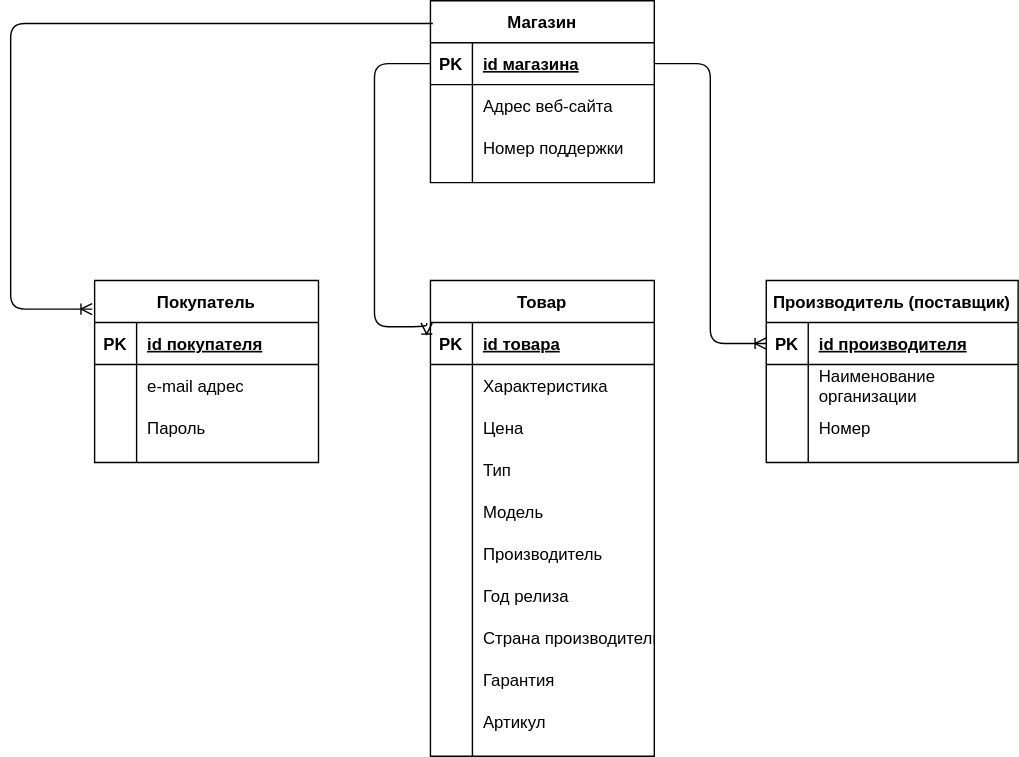
Before: LogicDiag.svg, a diagram exported from draw.io (paw-wow/DataBase). Source tidied: cells renumbered, new cells last; positions are measured from the earlier drawing's top-left corner, leaving out a move shared by most shapes. The source it was exported from:
```xml
<mxGraphModel>
  <root>
    <mxCell id="0" />
    <mxCell id="1" parent="0" />
    <mxCell id="2" value="Магазин" style="shape=table;startSize=30;rowLines=0;fontStyle=1;align=center;" parent="1" vertex="1">
      <mxGeometry x="300" width="160" height="130" as="geometry" />
    </mxCell>
    <mxCell id="3" style="shape=partialRectangle;fillColor=none;top=0;left=0;bottom=1;right=0;points=[[0,0.5],[1,0.5]];portConstraint=eastwest;" parent="2" vertex="1">
      <mxGeometry y="30" width="160" height="30" as="geometry" />
    </mxCell>
    <mxCell id="4" value="PK" style="shape=partialRectangle;fillColor=none;top=0;left=0;bottom=0;right=0;fontStyle=1;overflow=hidden;" parent="3" vertex="1">
      <mxGeometry width="30" height="30" as="geometry" />
    </mxCell>
    <mxCell id="5" value="id магазина" style="shape=partialRectangle;fillColor=none;top=0;left=0;bottom=0;right=0;align=left;spacingLeft=6;fontStyle=5;overflow=hidden;" parent="3" vertex="1">
      <mxGeometry x="30" width="130" height="30" as="geometry" />
    </mxCell>
    <mxCell id="6" style="shape=partialRectangle;fillColor=none;top=0;left=0;bottom=0;right=0;" parent="2" vertex="1">
      <mxGeometry y="60" width="160" height="30" as="geometry" />
    </mxCell>
    <mxCell id="7" style="shape=partialRectangle;fillColor=none;top=0;left=0;bottom=0;right=0;overflow=hidden;" parent="6" vertex="1">
      <mxGeometry width="30" height="30" as="geometry" />
    </mxCell>
    <mxCell id="8" value="Адрес веб-сайта" style="shape=partialRectangle;fillColor=none;top=0;left=0;bottom=0;right=0;align=left;spacingLeft=6;overflow=hidden;" parent="6" vertex="1">
      <mxGeometry x="30" width="130" height="30" as="geometry" />
    </mxCell>
    <mxCell id="9" style="shape=partialRectangle;fillColor=none;top=0;left=0;bottom=0;right=0;" parent="2" vertex="1">
      <mxGeometry y="90" width="160" height="30" as="geometry" />
    </mxCell>
    <mxCell id="10" style="shape=partialRectangle;fillColor=none;top=0;left=0;bottom=0;right=0;overflow=hidden;" parent="9" vertex="1">
      <mxGeometry width="30" height="30" as="geometry" />
    </mxCell>
    <mxCell id="11" value="Номер поддержки" style="shape=partialRectangle;fillColor=none;top=0;left=0;bottom=0;right=0;align=left;spacingLeft=6;overflow=hidden;" parent="9" vertex="1">
      <mxGeometry x="30" width="130" height="30" as="geometry" />
    </mxCell>
    <mxCell id="12" value="Покупатель" style="shape=table;startSize=30;rowLines=0;fontStyle=1;align=center;" parent="1" vertex="1">
      <mxGeometry x="60" y="200" width="160" height="130" as="geometry" />
    </mxCell>
    <mxCell id="13" style="shape=partialRectangle;fillColor=none;top=0;left=0;bottom=1;right=0;" parent="12" vertex="1">
      <mxGeometry y="30" width="160" height="30" as="geometry" />
    </mxCell>
    <mxCell id="14" value="PK" style="shape=partialRectangle;fillColor=none;top=0;left=0;bottom=0;right=0;fontStyle=1;overflow=hidden;" parent="13" vertex="1">
      <mxGeometry width="30" height="30" as="geometry" />
    </mxCell>
    <mxCell id="15" value="id покупателя" style="shape=partialRectangle;fillColor=none;top=0;left=0;bottom=0;right=0;align=left;spacingLeft=6;fontStyle=5;overflow=hidden;" parent="13" vertex="1">
      <mxGeometry x="30" width="130" height="30" as="geometry" />
    </mxCell>
    <mxCell id="16" style="shape=partialRectangle;fillColor=none;top=0;left=0;bottom=0;right=0;" parent="12" vertex="1">
      <mxGeometry y="60" width="160" height="30" as="geometry" />
    </mxCell>
    <mxCell id="17" style="shape=partialRectangle;fillColor=none;top=0;left=0;bottom=0;right=0;overflow=hidden;" parent="16" vertex="1">
      <mxGeometry width="30" height="30" as="geometry" />
    </mxCell>
    <mxCell id="18" value="e-mail адрес" style="shape=partialRectangle;fillColor=none;top=0;left=0;bottom=0;right=0;align=left;spacingLeft=6;overflow=hidden;" parent="16" vertex="1">
      <mxGeometry x="30" width="130" height="30" as="geometry" />
    </mxCell>
    <mxCell id="19" style="shape=partialRectangle;fillColor=none;top=0;left=0;bottom=0;right=0;" parent="12" vertex="1">
      <mxGeometry y="90" width="160" height="30" as="geometry" />
    </mxCell>
    <mxCell id="20" style="shape=partialRectangle;fillColor=none;top=0;left=0;bottom=0;right=0;overflow=hidden;" parent="19" vertex="1">
      <mxGeometry width="30" height="30" as="geometry" />
    </mxCell>
    <mxCell id="21" value="Пароль" style="shape=partialRectangle;fillColor=none;top=0;left=0;bottom=0;right=0;align=left;spacingLeft=6;overflow=hidden;" parent="19" vertex="1">
      <mxGeometry x="30" width="130" height="30" as="geometry" />
    </mxCell>
    <mxCell id="22" value="Производитель (поставщик)" style="shape=table;startSize=30;rowLines=0;fontStyle=1;align=center;" parent="1" vertex="1">
      <mxGeometry x="540" y="200" width="180" height="130" as="geometry" />
    </mxCell>
    <mxCell id="23" style="shape=partialRectangle;fillColor=none;top=0;left=0;bottom=1;right=0;points=[[0,0.5],[1,0.5]];portConstraint=eastwest;" parent="22" vertex="1">
      <mxGeometry y="30" width="180" height="30" as="geometry" />
    </mxCell>
    <mxCell id="24" value="PK" style="shape=partialRectangle;fillColor=none;top=0;left=0;bottom=0;right=0;fontStyle=1;overflow=hidden;" parent="23" vertex="1">
      <mxGeometry width="30" height="30" as="geometry" />
    </mxCell>
    <mxCell id="25" value="id производителя" style="shape=partialRectangle;fillColor=none;top=0;left=0;bottom=0;right=0;align=left;spacingLeft=6;fontStyle=5;overflow=hidden;" parent="23" vertex="1">
      <mxGeometry x="30" width="150" height="30" as="geometry" />
    </mxCell>
    <mxCell id="26" style="shape=partialRectangle;fillColor=none;top=0;left=0;bottom=0;right=0;" parent="22" vertex="1">
      <mxGeometry y="60" width="180" height="30" as="geometry" />
    </mxCell>
    <mxCell id="27" style="shape=partialRectangle;fillColor=none;top=0;left=0;bottom=0;right=0;overflow=hidden;" parent="26" vertex="1">
      <mxGeometry width="30" height="30" as="geometry" />
    </mxCell>
    <mxCell id="28" value="Наименование &#10;организации" style="shape=partialRectangle;fillColor=none;top=0;left=0;bottom=0;right=0;align=left;spacingLeft=6;overflow=hidden;" parent="26" vertex="1">
      <mxGeometry x="30" width="150" height="30" as="geometry" />
    </mxCell>
    <mxCell id="29" style="shape=partialRectangle;fillColor=none;top=0;left=0;bottom=0;right=0;" parent="22" vertex="1">
      <mxGeometry y="90" width="180" height="30" as="geometry" />
    </mxCell>
    <mxCell id="30" style="shape=partialRectangle;fillColor=none;top=0;left=0;bottom=0;right=0;overflow=hidden;" parent="29" vertex="1">
      <mxGeometry width="30" height="30" as="geometry" />
    </mxCell>
    <mxCell id="31" value="Номер" style="shape=partialRectangle;fillColor=none;top=0;left=0;bottom=0;right=0;align=left;spacingLeft=6;overflow=hidden;" parent="29" vertex="1">
      <mxGeometry x="30" width="150" height="30" as="geometry" />
    </mxCell>
    <mxCell id="32" value="Товар" style="shape=table;startSize=30;rowLines=0;fontStyle=1;align=center;" parent="1" vertex="1">
      <mxGeometry x="300" y="200" width="160" height="340" as="geometry" />
    </mxCell>
    <mxCell id="33" style="shape=partialRectangle;fillColor=none;top=0;left=0;bottom=1;right=0;" parent="32" vertex="1">
      <mxGeometry y="30" width="160" height="30" as="geometry" />
    </mxCell>
    <mxCell id="34" value="PK" style="shape=partialRectangle;fillColor=none;top=0;left=0;bottom=0;right=0;fontStyle=1;overflow=hidden;" parent="33" vertex="1">
      <mxGeometry width="30" height="30" as="geometry" />
    </mxCell>
    <mxCell id="35" value="id товара" style="shape=partialRectangle;fillColor=none;top=0;left=0;bottom=0;right=0;align=left;spacingLeft=6;fontStyle=5;overflow=hidden;" parent="33" vertex="1">
      <mxGeometry x="30" width="130" height="30" as="geometry" />
    </mxCell>
    <mxCell id="36" style="shape=partialRectangle;fillColor=none;top=0;left=0;bottom=0;right=0;" parent="32" vertex="1">
      <mxGeometry y="60" width="160" height="30" as="geometry" />
    </mxCell>
    <mxCell id="37" style="shape=partialRectangle;fillColor=none;top=0;left=0;bottom=0;right=0;overflow=hidden;" parent="36" vertex="1">
      <mxGeometry width="30" height="30" as="geometry" />
    </mxCell>
    <mxCell id="38" value="Характеристика" style="shape=partialRectangle;fillColor=none;top=0;left=0;bottom=0;right=0;align=left;spacingLeft=6;overflow=hidden;" parent="36" vertex="1">
      <mxGeometry x="30" width="130" height="30" as="geometry" />
    </mxCell>
    <mxCell id="39" style="shape=partialRectangle;fillColor=none;top=0;left=0;bottom=0;right=0;" parent="32" vertex="1">
      <mxGeometry y="90" width="160" height="30" as="geometry" />
    </mxCell>
    <mxCell id="40" style="shape=partialRectangle;fillColor=none;top=0;left=0;bottom=0;right=0;overflow=hidden;" parent="39" vertex="1">
      <mxGeometry width="30" height="30" as="geometry" />
    </mxCell>
    <mxCell id="41" value="Цена" style="shape=partialRectangle;fillColor=none;top=0;left=0;bottom=0;right=0;align=left;spacingLeft=6;overflow=hidden;" parent="39" vertex="1">
      <mxGeometry x="30" width="130" height="30" as="geometry" />
    </mxCell>
    <mxCell id="42" style="shape=partialRectangle;fillColor=none;top=0;left=0;bottom=0;right=0;" parent="32" vertex="1">
      <mxGeometry y="120" width="160" height="30" as="geometry" />
    </mxCell>
    <mxCell id="43" style="shape=partialRectangle;fillColor=none;top=0;left=0;bottom=0;right=0;overflow=hidden;" parent="42" vertex="1">
      <mxGeometry width="30" height="30" as="geometry" />
    </mxCell>
    <mxCell id="44" value="Тип" style="shape=partialRectangle;fillColor=none;top=0;left=0;bottom=0;right=0;align=left;spacingLeft=6;overflow=hidden;" parent="42" vertex="1">
      <mxGeometry x="30" width="130" height="30" as="geometry" />
    </mxCell>
    <mxCell id="45" style="shape=partialRectangle;fillColor=none;top=0;left=0;bottom=0;right=0;" parent="32" vertex="1">
      <mxGeometry y="150" width="160" height="30" as="geometry" />
    </mxCell>
    <mxCell id="46" style="shape=partialRectangle;fillColor=none;top=0;left=0;bottom=0;right=0;overflow=hidden;" parent="45" vertex="1">
      <mxGeometry width="30" height="30" as="geometry" />
    </mxCell>
    <mxCell id="47" value="Модель" style="shape=partialRectangle;fillColor=none;top=0;left=0;bottom=0;right=0;align=left;spacingLeft=6;overflow=hidden;" parent="45" vertex="1">
      <mxGeometry x="30" width="130" height="30" as="geometry" />
    </mxCell>
    <mxCell id="48" style="shape=partialRectangle;fillColor=none;top=0;left=0;bottom=0;right=0;" parent="32" vertex="1">
      <mxGeometry y="180" width="160" height="30" as="geometry" />
    </mxCell>
    <mxCell id="49" style="shape=partialRectangle;fillColor=none;top=0;left=0;bottom=0;right=0;overflow=hidden;" parent="48" vertex="1">
      <mxGeometry width="30" height="30" as="geometry" />
    </mxCell>
    <mxCell id="50" value="Производитель" style="shape=partialRectangle;fillColor=none;top=0;left=0;bottom=0;right=0;align=left;spacingLeft=6;overflow=hidden;" parent="48" vertex="1">
      <mxGeometry x="30" width="130" height="30" as="geometry" />
    </mxCell>
    <mxCell id="51" style="shape=partialRectangle;fillColor=none;top=0;left=0;bottom=0;right=0;" parent="32" vertex="1">
      <mxGeometry y="210" width="160" height="30" as="geometry" />
    </mxCell>
    <mxCell id="52" style="shape=partialRectangle;fillColor=none;top=0;left=0;bottom=0;right=0;overflow=hidden;" parent="51" vertex="1">
      <mxGeometry width="30" height="30" as="geometry" />
    </mxCell>
    <mxCell id="53" value="Год релиза" style="shape=partialRectangle;fillColor=none;top=0;left=0;bottom=0;right=0;align=left;spacingLeft=6;overflow=hidden;" parent="51" vertex="1">
      <mxGeometry x="30" width="130" height="30" as="geometry" />
    </mxCell>
    <mxCell id="54" style="shape=partialRectangle;fillColor=none;top=0;left=0;bottom=0;right=0;" parent="32" vertex="1">
      <mxGeometry y="240" width="160" height="30" as="geometry" />
    </mxCell>
    <mxCell id="55" style="shape=partialRectangle;fillColor=none;top=0;left=0;bottom=0;right=0;overflow=hidden;" parent="54" vertex="1">
      <mxGeometry width="30" height="30" as="geometry" />
    </mxCell>
    <mxCell id="56" value="Страна производитель" style="shape=partialRectangle;fillColor=none;top=0;left=0;bottom=0;right=0;align=left;spacingLeft=6;overflow=hidden;" parent="54" vertex="1">
      <mxGeometry x="30" width="130" height="30" as="geometry" />
    </mxCell>
    <mxCell id="57" style="shape=partialRectangle;fillColor=none;top=0;left=0;bottom=0;right=0;" parent="32" vertex="1">
      <mxGeometry y="270" width="160" height="30" as="geometry" />
    </mxCell>
    <mxCell id="58" style="shape=partialRectangle;fillColor=none;top=0;left=0;bottom=0;right=0;overflow=hidden;" parent="57" vertex="1">
      <mxGeometry width="30" height="30" as="geometry" />
    </mxCell>
    <mxCell id="59" value="Гарантия" style="shape=partialRectangle;fillColor=none;top=0;left=0;bottom=0;right=0;align=left;spacingLeft=6;overflow=hidden;" parent="57" vertex="1">
      <mxGeometry x="30" width="130" height="30" as="geometry" />
    </mxCell>
    <mxCell id="60" style="shape=partialRectangle;fillColor=none;top=0;left=0;bottom=0;right=0;" parent="32" vertex="1">
      <mxGeometry y="300" width="160" height="30" as="geometry" />
    </mxCell>
    <mxCell id="61" style="shape=partialRectangle;fillColor=none;top=0;left=0;bottom=0;right=0;overflow=hidden;" parent="60" vertex="1">
      <mxGeometry width="30" height="30" as="geometry" />
    </mxCell>
    <mxCell id="62" value="Артикул" style="shape=partialRectangle;fillColor=none;top=0;left=0;bottom=0;right=0;align=left;spacingLeft=6;overflow=hidden;" parent="60" vertex="1">
      <mxGeometry x="30" width="130" height="30" as="geometry" />
    </mxCell>
    <mxCell id="63" style="edgeStyle=orthogonalEdgeStyle;fontSize=12;html=1;endArrow=ERoneToMany;exitX=0.011;exitY=0.125;exitDx=0;exitDy=0;exitPerimeter=0;entryX=-0.011;entryY=0.157;entryDx=0;entryDy=0;entryPerimeter=0;" parent="1" edge="1" source="2" target="12">
      <mxGeometry relative="1" as="geometry">
        <Array as="points">
          <mxPoint y="16" />
          <mxPoint y="220" />
        </Array>
      </mxGeometry>
    </mxCell>
    <mxCell id="64" style="edgeStyle=orthogonalEdgeStyle;fontSize=12;html=1;endArrow=ERoneToMany;exitX=0;exitY=0.5;exitDx=0;exitDy=0;entryX=-0.017;entryY=0.089;entryDx=0;entryDy=0;entryPerimeter=0;" parent="1" edge="1" source="3" target="32">
      <mxGeometry relative="1" as="geometry">
        <Array as="points">
          <mxPoint x="260" y="45" />
          <mxPoint x="260" y="233" />
        </Array>
      </mxGeometry>
    </mxCell>
    <mxCell id="65" style="edgeStyle=orthogonalEdgeStyle;fontSize=12;html=1;endArrow=ERoneToMany;exitX=1;exitY=0.5;exitDx=0;exitDy=0;entryX=0;entryY=0.5;entryDx=0;entryDy=0;" parent="1" edge="1" source="3" target="23">
      <mxGeometry relative="1" as="geometry" />
    </mxCell>
  </root>
</mxGraphModel>
```
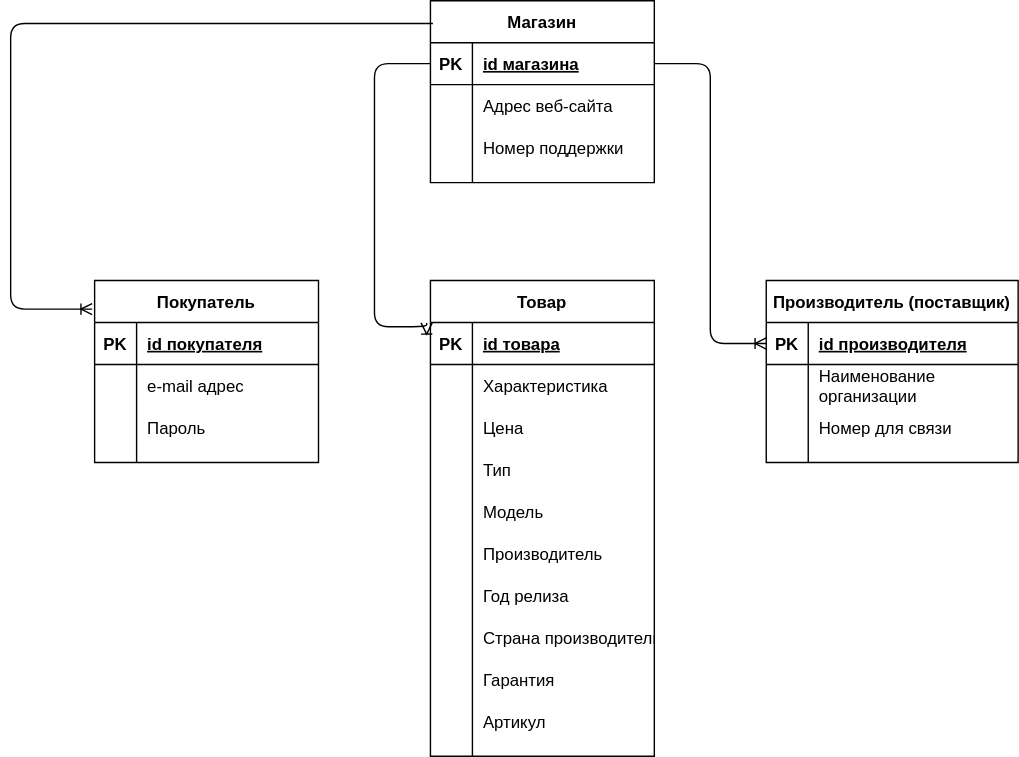
After the commit.

The edit, as a diff of the source:
```diff
@@ -89,7 +89,7 @@
     <mxCell id="30" style="shape=partialRectangle;fillColor=none;top=0;left=0;bottom=0;right=0;overflow=hidden;" parent="29" vertex="1">
       <mxGeometry width="30" height="30" as="geometry" />
     </mxCell>
-    <mxCell id="31" value="Номер" style="shape=partialRectangle;fillColor=none;top=0;left=0;bottom=0;right=0;align=left;spacingLeft=6;overflow=hidden;" parent="29" vertex="1">
+    <mxCell id="31" value="Номер для связи" style="shape=partialRectangle;fillColor=none;top=0;left=0;bottom=0;right=0;align=left;spacingLeft=6;overflow=hidden;" parent="29" vertex="1">
       <mxGeometry x="30" width="150" height="30" as="geometry" />
     </mxCell>
     <mxCell id="32" value="Товар" style="shape=table;startSize=30;rowLines=0;fontStyle=1;align=center;" parent="1" vertex="1">
```
